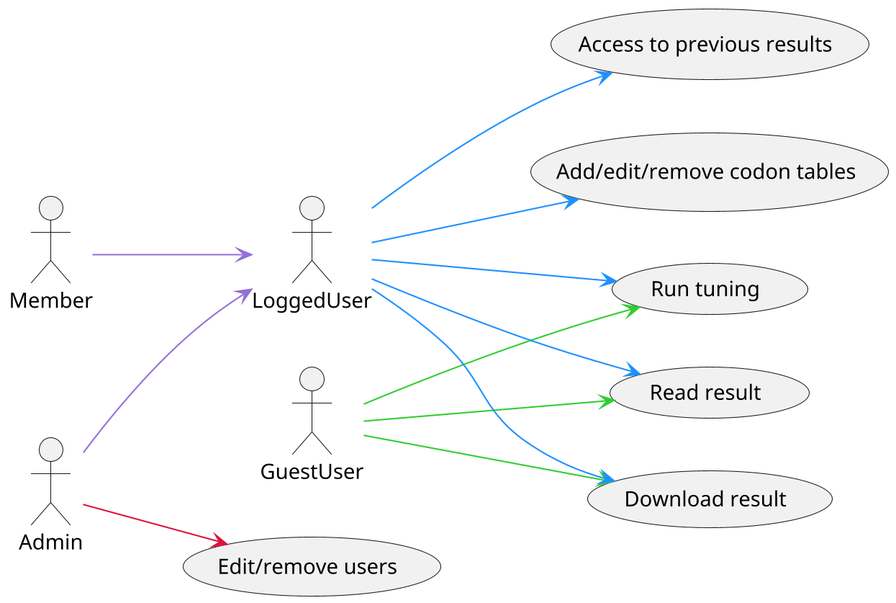
The PlantUML diagram documentation/use_cases.png in tbonnabaud/expressinhost_web, before a commit.
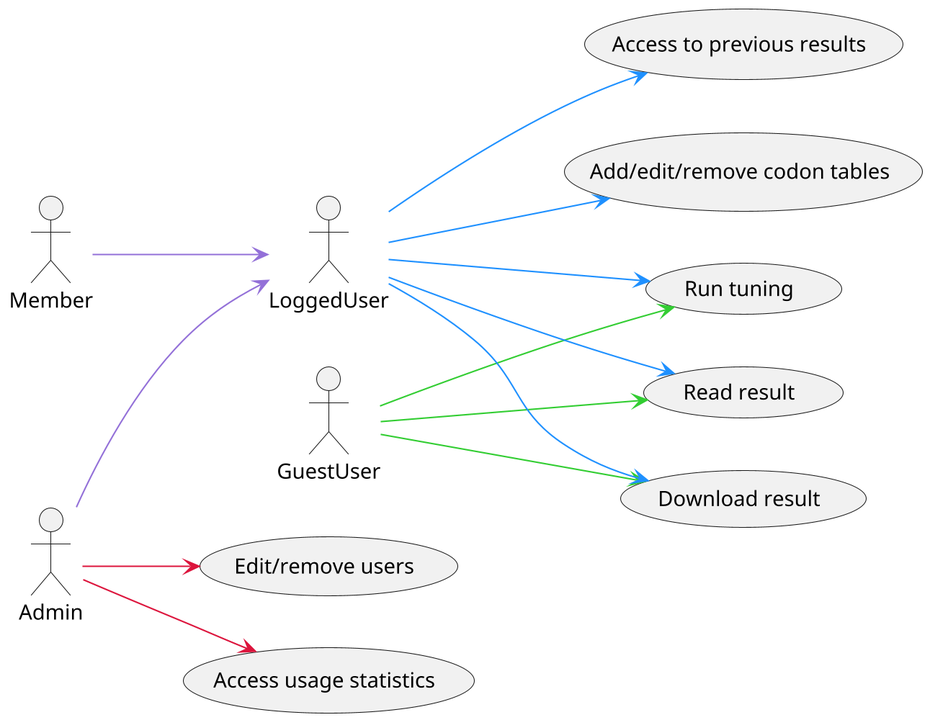
Later version of the same file.

The edit, as a diff of the source:
```diff
@@ -1,8 +1,6 @@
 @startuml use_cases
 left to right direction
 skinparam dpi 200
-
-skinparam BackgroundColor transparent
 
 actor LoggedUser
 actor Admin
@@ -15,6 +13,7 @@
 usecase "Download result" as u4
 usecase "Access to previous results" as u5
 usecase "Edit/remove users" as u6
+usecase "Access usage statistics" as u7
 
 Admin --> LoggedUser #line:MediumPurple
 Member --> LoggedUser #line:MediumPurple
@@ -30,4 +29,5 @@
 LoggedUser --> u5 #line:DodgerBlue
 
 Admin --> u6 #line:Crimson
+Admin --> u7 #line:Crimson
 @enduml
```
